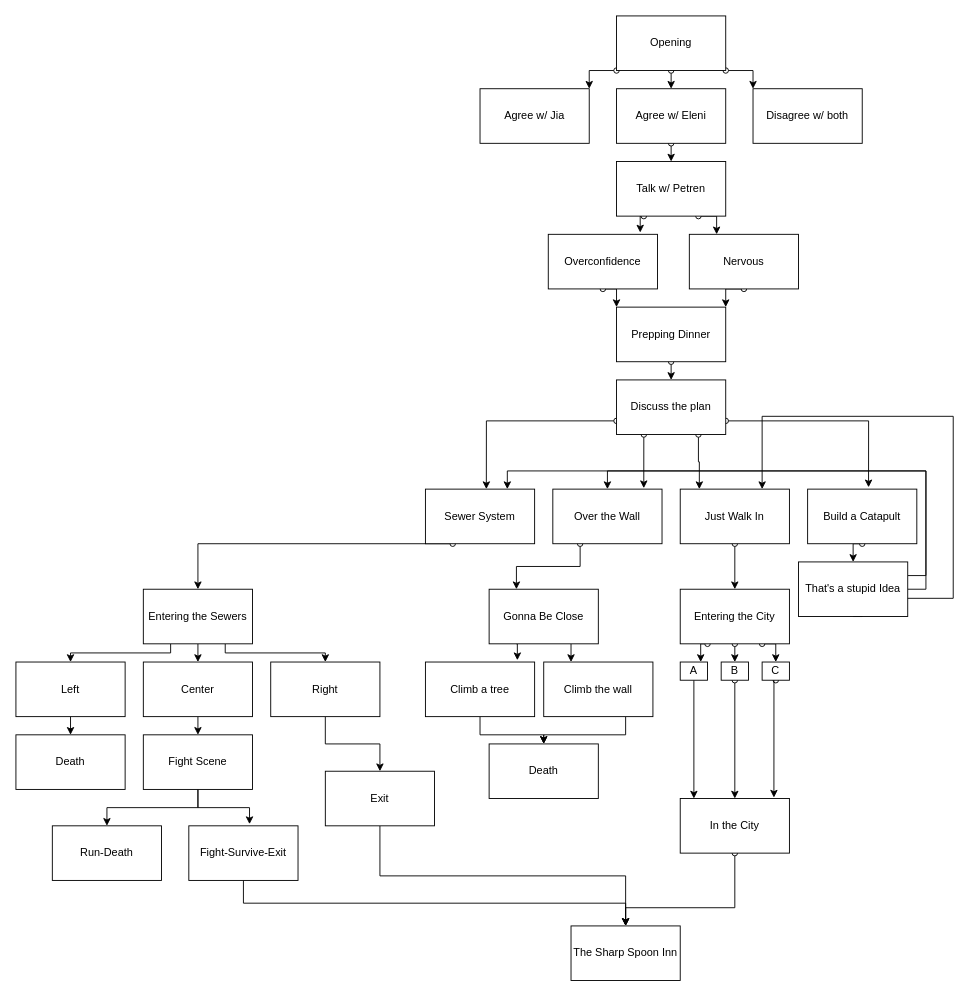
Above: books/AEK/story_diagram/diagram.drawio in JoelNiemela/AEK (draw.io), before the change. Source tidied: cells renumbered, new cells numbered last; positions are measured from the earlier drawing's top-left corner, leaving out a move shared by most shapes. Both pictures are drawn from the tidied source at 91%, with x=0, y=0 at pixel (15, 15).
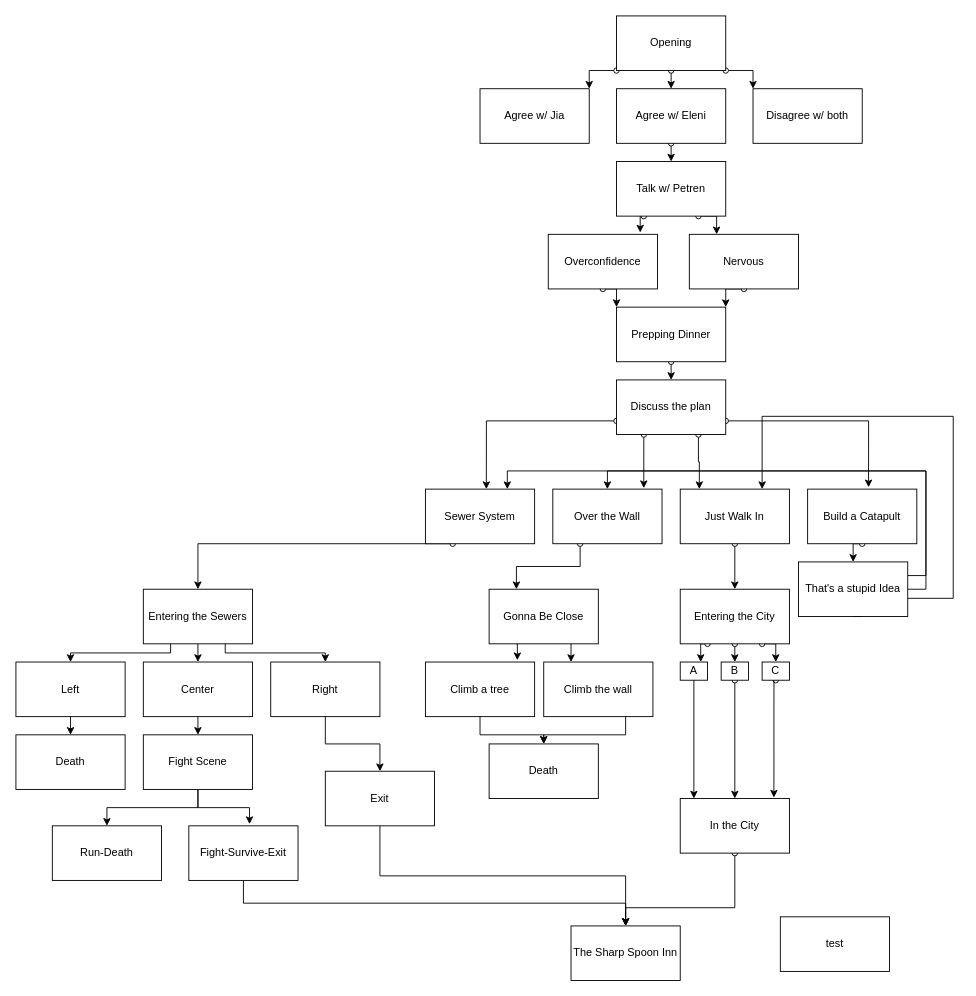
Above is the later version.

The edit, as a diff of the source:
```diff
@@
+    <mxCell id="76" value="test" style="whiteSpace=wrap;html=1;" parent="1" vertex="1">
+      <mxGeometry x="840" y="990" width="120" height="60" as="geometry" />
+    </mxCell>
```
